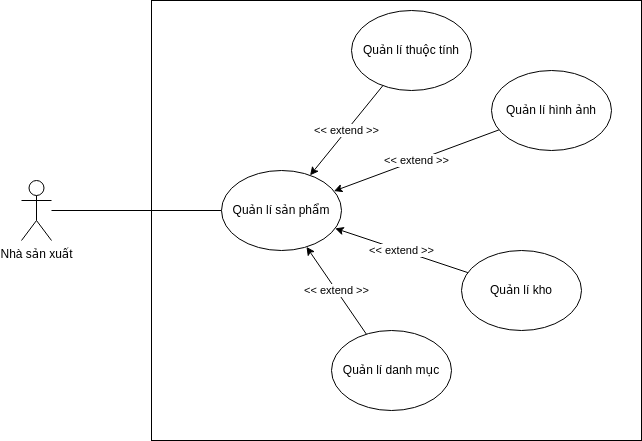
Earlier version of the draw.io export images/usecase-sellers.png (ocopee/docs). Source tidied: cells renumbered, new cells last; positions are measured from the earlier drawing's top-left corner, leaving out a move shared by most shapes. Source of this version:
```xml
<mxGraphModel>
  <root>
    <mxCell id="0" />
    <mxCell id="1" parent="0" />
    <mxCell id="2" style="html=1;" parent="1" vertex="1">
      <mxGeometry x="130" width="490" height="440" as="geometry" />
    </mxCell>
    <mxCell id="3" style="rounded=0;jettySize=auto;html=1;entryX=0;entryY=0.5;entryDx=0;entryDy=0;endArrow=none;endFill=0;" parent="1" edge="1" source="4" target="5">
      <mxGeometry relative="1" as="geometry" />
    </mxCell>
    <mxCell id="4" value="Nhà sản xuất" style="shape=umlActor;verticalLabelPosition=bottom;verticalAlign=top;html=1;outlineConnect=0;" parent="1" vertex="1">
      <mxGeometry y="180" width="30" height="60" as="geometry" />
    </mxCell>
    <mxCell id="5" value="Quản lí sản phẩm" style="ellipse;whiteSpace=wrap;html=1;" parent="1" vertex="1">
      <mxGeometry x="200" y="170" width="120" height="80" as="geometry" />
    </mxCell>
    <mxCell id="6" value="Quản lí danh mục" style="ellipse;whiteSpace=wrap;html=1;" parent="1" vertex="1">
      <mxGeometry x="310" y="330" width="120" height="80" as="geometry" />
    </mxCell>
    <mxCell id="7" value="Quản lí thuộc tính" style="ellipse;whiteSpace=wrap;html=1;" parent="1" vertex="1">
      <mxGeometry x="330" y="10" width="120" height="80" as="geometry" />
    </mxCell>
    <mxCell id="8" value="Quản lí kho" style="ellipse;whiteSpace=wrap;html=1;" parent="1" vertex="1">
      <mxGeometry x="440" y="250" width="120" height="80" as="geometry" />
    </mxCell>
    <mxCell id="9" value="&amp;lt;&amp;lt; extend &amp;gt;&amp;gt;" style="endArrow=classic;html=1;rounded=0;" parent="1" edge="1" source="7" target="5">
      <mxGeometry relative="1" as="geometry" />
    </mxCell>
    <mxCell id="10" value="Quản lí hình ảnh" style="ellipse;whiteSpace=wrap;html=1;" parent="1" vertex="1">
      <mxGeometry x="470" y="70" width="120" height="80" as="geometry" />
    </mxCell>
    <mxCell id="11" value="&amp;lt;&amp;lt; extend &amp;gt;&amp;gt;" style="endArrow=classic;html=1;rounded=0;" parent="1" edge="1" source="10" target="5">
      <mxGeometry relative="1" as="geometry" />
    </mxCell>
    <mxCell id="12" value="&amp;lt;&amp;lt; extend &amp;gt;&amp;gt;" style="endArrow=classic;html=1;rounded=0;" parent="1" edge="1" source="8" target="5">
      <mxGeometry relative="1" as="geometry" />
    </mxCell>
    <mxCell id="13" value="&amp;lt;&amp;lt; extend &amp;gt;&amp;gt;" style="endArrow=classic;html=1;rounded=0;" parent="1" edge="1" source="6" target="5">
      <mxGeometry relative="1" as="geometry" />
    </mxCell>
  </root>
</mxGraphModel>
```
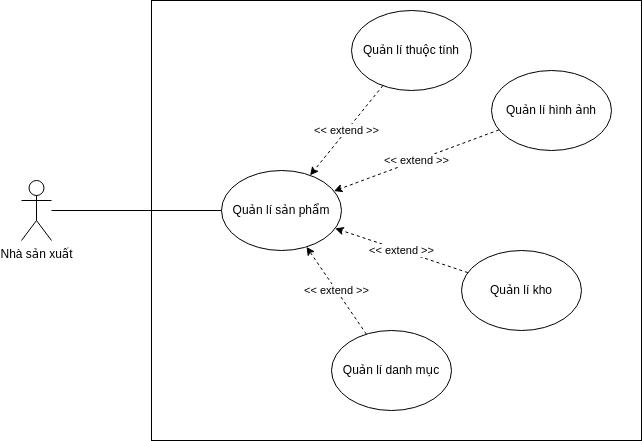
After the change.

The edit, as a diff of the source:
```diff
@@ -23,19 +23,19 @@
     <mxCell id="8" value="Quản lí kho" style="ellipse;whiteSpace=wrap;html=1;" parent="1" vertex="1">
       <mxGeometry x="440" y="250" width="120" height="80" as="geometry" />
     </mxCell>
-    <mxCell id="9" value="&amp;lt;&amp;lt; extend &amp;gt;&amp;gt;" style="endArrow=classic;html=1;rounded=0;" parent="1" edge="1" source="7" target="5">
+    <mxCell id="9" value="&amp;lt;&amp;lt; extend &amp;gt;&amp;gt;" style="endArrow=classic;html=1;rounded=0;dashed=1;" parent="1" edge="1" source="7" target="5">
       <mxGeometry relative="1" as="geometry" />
     </mxCell>
     <mxCell id="10" value="Quản lí hình ảnh" style="ellipse;whiteSpace=wrap;html=1;" parent="1" vertex="1">
       <mxGeometry x="470" y="70" width="120" height="80" as="geometry" />
     </mxCell>
-    <mxCell id="11" value="&amp;lt;&amp;lt; extend &amp;gt;&amp;gt;" style="endArrow=classic;html=1;rounded=0;" parent="1" edge="1" source="10" target="5">
+    <mxCell id="11" value="&amp;lt;&amp;lt; extend &amp;gt;&amp;gt;" style="endArrow=classic;html=1;rounded=0;dashed=1;" parent="1" edge="1" source="10" target="5">
       <mxGeometry relative="1" as="geometry" />
     </mxCell>
-    <mxCell id="12" value="&amp;lt;&amp;lt; extend &amp;gt;&amp;gt;" style="endArrow=classic;html=1;rounded=0;" parent="1" edge="1" source="8" target="5">
+    <mxCell id="12" value="&amp;lt;&amp;lt; extend &amp;gt;&amp;gt;" style="endArrow=classic;html=1;rounded=0;dashed=1;" parent="1" edge="1" source="8" target="5">
       <mxGeometry relative="1" as="geometry" />
     </mxCell>
-    <mxCell id="13" value="&amp;lt;&amp;lt; extend &amp;gt;&amp;gt;" style="endArrow=classic;html=1;rounded=0;" parent="1" edge="1" source="6" target="5">
+    <mxCell id="13" value="&amp;lt;&amp;lt; extend &amp;gt;&amp;gt;" style="endArrow=classic;html=1;rounded=0;dashed=1;" parent="1" edge="1" source="6" target="5">
       <mxGeometry relative="1" as="geometry" />
     </mxCell>
   </root>
```
